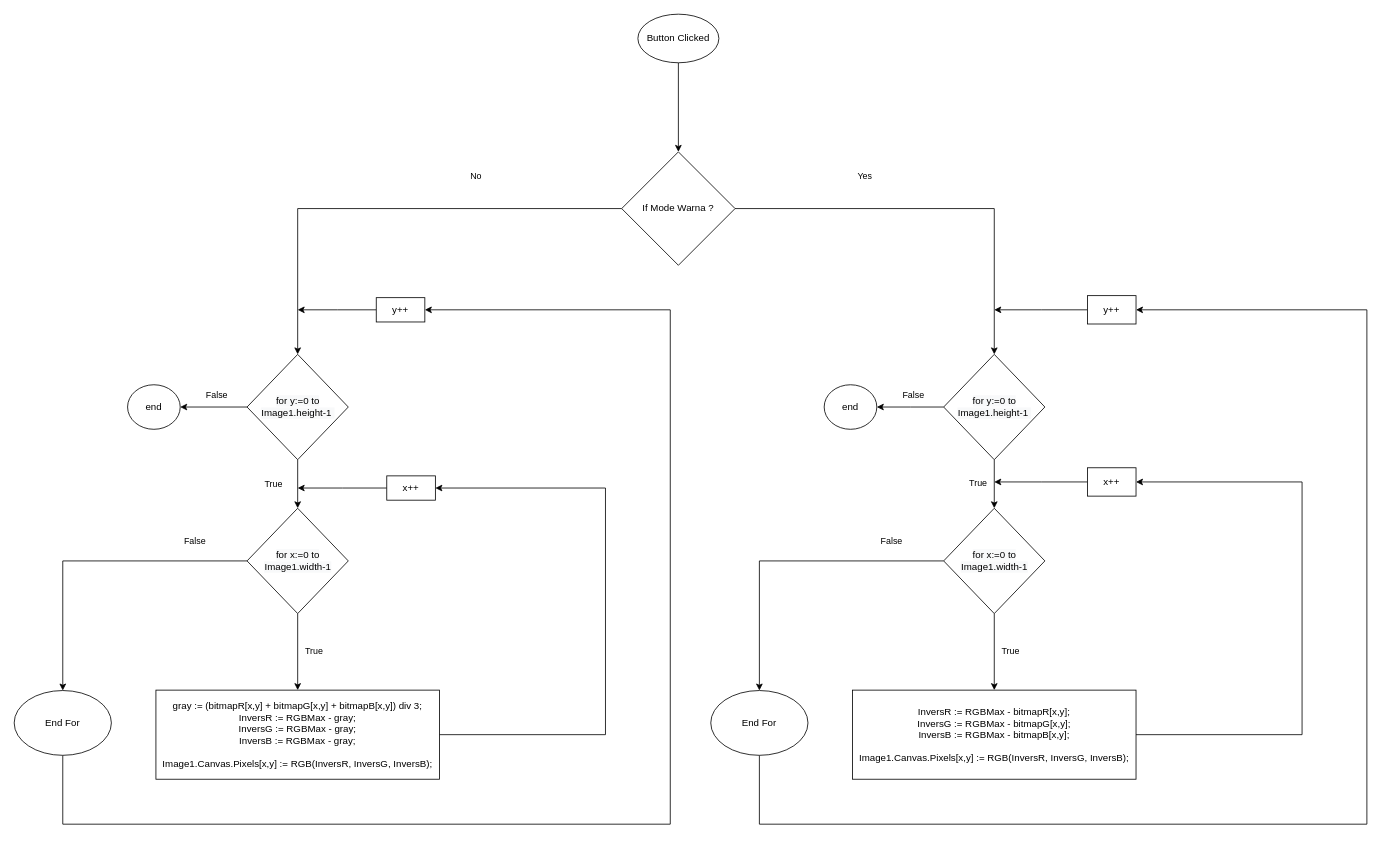
This is Flowchart/Invers.drawio from NRZero1/Image_Enhancement, a draw.io file, before an edit. Source tidied: cells renumbered, new cells numbered last; positions are measured from the earlier drawing's top-left corner, leaving out a move shared by most shapes. Both pictures are drawn from the tidied source at 81%, with x=0, y=0 at pixel (14, 14).
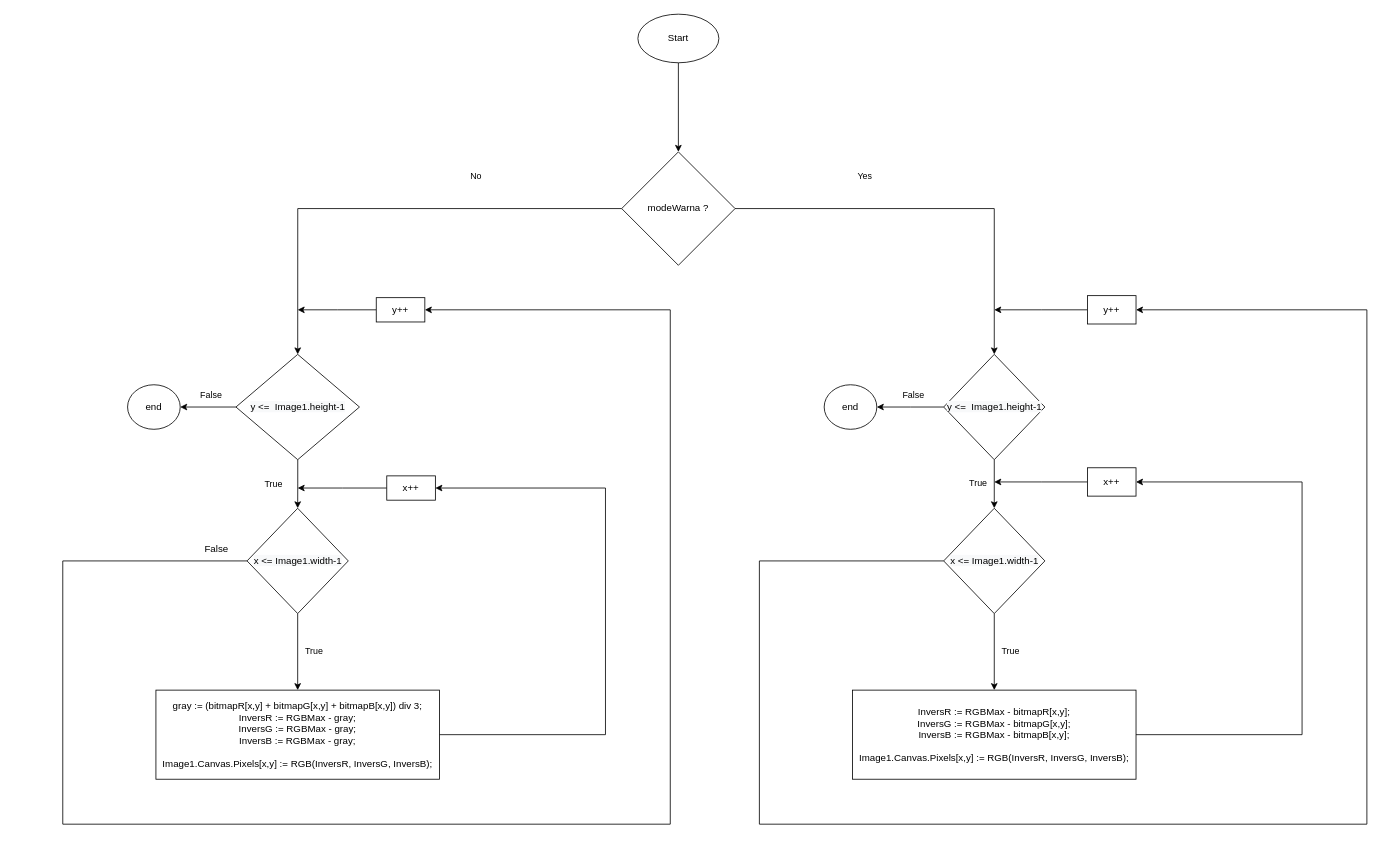
Above is the later version.

The change refers to these unchanged cells:
```xml
<mxCell id="30" value="y++" style="rounded=0;whiteSpace=wrap;html=1;" parent="1" vertex="1">
  <mxGeometry x="447" y="350" width="60" height="30" as="geometry" />
</mxCell>
<mxCell id="34" value="y++" style="rounded=0;whiteSpace=wrap;html=1;" parent="1" vertex="1">
  <mxGeometry x="1325" y="347.5" width="60" height="35" as="geometry" />
</mxCell>
```

Change to the diagram source:
```diff
@@
-    <mxCell id="3" value="Button Clicked" style="ellipse;whiteSpace=wrap;html=1;" parent="1" vertex="1">
+    <mxCell id="3" value="Start" style="ellipse;whiteSpace=wrap;html=1;" parent="1" vertex="1">
       <mxGeometry x="770" width="100" height="60" as="geometry" />
     </mxCell>
@@
-    <mxCell id="6" value="&lt;span style=&quot;color: rgb(0 , 0 , 0) ; font-family: &amp;#34;helvetica&amp;#34; ; font-size: 12px ; font-style: normal ; font-weight: 400 ; letter-spacing: normal ; text-align: center ; text-indent: 0px ; text-transform: none ; word-spacing: 0px ; background-color: rgb(248 , 249 , 250) ; display: inline ; float: none&quot;&gt;for y:=0 to Image1.height-1&amp;nbsp;&lt;/span&gt;" style="rhombus;whiteSpace=wrap;html=1;" parent="1" vertex="1">
+    <mxCell id="6" value="&lt;span style=&quot;color: rgb(0 , 0 , 0) ; font-family: &amp;#34;helvetica&amp;#34; ; font-size: 12px ; font-style: normal ; font-weight: 400 ; letter-spacing: normal ; text-align: center ; text-indent: 0px ; text-transform: none ; word-spacing: 0px ; background-color: rgb(248 , 249 , 250) ; display: inline ; float: none&quot;&gt;y &amp;lt;=&amp;nbsp; Image1.height-1&lt;br&gt;&lt;/span&gt;" style="rhombus;whiteSpace=wrap;html=1;" parent="1" vertex="1">
       <mxGeometry x="1147.5" y="420" width="125" height="130" as="geometry" />
     </mxCell>
@@
-    <mxCell id="8" value="False" style="edgeStyle=orthogonalEdgeStyle;rounded=0;jettySize=auto;html=1;" parent="1" edge="1" source="9" target="13">
-      <mxGeometry x="-0.66" y="-25" relative="1" as="geometry">
-        <mxPoint x="1" as="offset" />
-      </mxGeometry>
-    </mxCell>
-    <mxCell id="9" value="&lt;span style=&quot;color: rgb(0 , 0 , 0) ; font-family: &amp;#34;helvetica&amp;#34; ; font-size: 12px ; font-style: normal ; font-weight: 400 ; letter-spacing: normal ; text-align: center ; text-indent: 0px ; text-transform: none ; word-spacing: 0px ; background-color: rgb(248 , 249 , 250) ; display: inline ; float: none&quot;&gt;for x:=0 to Image1.width-1&lt;/span&gt;" style="rhombus;whiteSpace=wrap;html=1;" parent="1" vertex="1">
+    <mxCell id="9" value="&lt;span style=&quot;color: rgb(0 , 0 , 0) ; font-family: &amp;#34;helvetica&amp;#34; ; font-size: 12px ; font-style: normal ; font-weight: 400 ; letter-spacing: normal ; text-align: center ; text-indent: 0px ; text-transform: none ; word-spacing: 0px ; background-color: rgb(248 , 249 , 250) ; display: inline ; float: none&quot;&gt;x &amp;lt;= Image1.width-1&lt;/span&gt;" style="rhombus;whiteSpace=wrap;html=1;" parent="1" vertex="1">
       <mxGeometry x="1147.5" y="610" width="125" height="130" as="geometry" />
     </mxCell>
@@
-    <mxCell id="12" style="edgeStyle=orthogonalEdgeStyle;rounded=0;jettySize=auto;html=1;exitX=0.5;exitY=1;exitDx=0;exitDy=0;entryX=1;entryY=0.5;entryDx=0;entryDy=0;" parent="1" edge="1" source="13" target="34">
+    <mxCell id="12" style="edgeStyle=orthogonalEdgeStyle;rounded=0;jettySize=auto;html=1;exitX=0;exitY=0.5;exitDx=0;exitDy=0;entryX=1;entryY=0.5;entryDx=0;entryDy=0;" parent="1" edge="1" source="9" target="34">
       <mxGeometry relative="1" as="geometry">
         <Array as="points">
+          <mxPoint x="920" y="675" />
           <mxPoint x="920" y="1000" />
           <mxPoint x="1670" y="1000" />
           <mxPoint x="1670" y="365" />
         </Array>
       </mxGeometry>
     </mxCell>
-    <mxCell id="13" value="End For" style="ellipse;whiteSpace=wrap;html=1;" parent="1" vertex="1">
-      <mxGeometry x="860" y="835" width="120" height="80" as="geometry" />
-    </mxCell>
@@
-    <mxCell id="16" value="If Mode Warna ?" style="rhombus;whiteSpace=wrap;html=1;" parent="1" vertex="1">
+    <mxCell id="16" value="modeWarna ?" style="rhombus;whiteSpace=wrap;html=1;" parent="1" vertex="1">
       <mxGeometry x="750" y="170" width="140" height="140" as="geometry" />
     </mxCell>
@@
-    <mxCell id="19" value="&lt;span style=&quot;color: rgb(0 , 0 , 0) ; font-family: &amp;#34;helvetica&amp;#34; ; font-size: 12px ; font-style: normal ; font-weight: 400 ; letter-spacing: normal ; text-align: center ; text-indent: 0px ; text-transform: none ; word-spacing: 0px ; background-color: rgb(248 , 249 , 250) ; display: inline ; float: none&quot;&gt;for y:=0 to Image1.height-1&amp;nbsp;&lt;/span&gt;" style="rhombus;whiteSpace=wrap;html=1;" parent="1" vertex="1">
-      <mxGeometry x="287.5" y="420" width="125" height="130" as="geometry" />
+    <mxCell id="19" value="&lt;span style=&quot;color: rgb(0 , 0 , 0) ; font-family: &amp;#34;helvetica&amp;#34; ; font-size: 12px ; font-style: normal ; font-weight: 400 ; letter-spacing: normal ; text-align: center ; text-indent: 0px ; text-transform: none ; word-spacing: 0px ; background-color: rgb(248 , 249 , 250) ; display: inline ; float: none&quot;&gt;y &amp;lt;=&amp;nbsp; Image1.height-1&lt;br&gt;&lt;/span&gt;" style="rhombus;whiteSpace=wrap;html=1;" parent="1" vertex="1">
+      <mxGeometry x="273.8" y="420" width="152.5" height="130" as="geometry" />
     </mxCell>
@@
-    <mxCell id="21" value="False" style="edgeStyle=orthogonalEdgeStyle;rounded=0;jettySize=auto;html=1;" parent="1" edge="1" source="22" target="26">
-      <mxGeometry x="-0.66" y="-25" relative="1" as="geometry">
-        <mxPoint x="1" as="offset" />
-      </mxGeometry>
-    </mxCell>
-    <mxCell id="22" value="&lt;span style=&quot;color: rgb(0 , 0 , 0) ; font-family: &amp;#34;helvetica&amp;#34; ; font-size: 12px ; font-style: normal ; font-weight: 400 ; letter-spacing: normal ; text-align: center ; text-indent: 0px ; text-transform: none ; word-spacing: 0px ; background-color: rgb(248 , 249 , 250) ; display: inline ; float: none&quot;&gt;for x:=0 to Image1.width-1&lt;/span&gt;" style="rhombus;whiteSpace=wrap;html=1;" parent="1" vertex="1">
+    <mxCell id="22" value="&lt;span style=&quot;color: rgb(0 , 0 , 0) ; font-family: &amp;#34;helvetica&amp;#34; ; font-size: 12px ; font-style: normal ; font-weight: 400 ; letter-spacing: normal ; text-align: center ; text-indent: 0px ; text-transform: none ; word-spacing: 0px ; background-color: rgb(248 , 249 , 250) ; display: inline ; float: none&quot;&gt;x &amp;lt;= Image1.width-1&lt;/span&gt;" style="rhombus;whiteSpace=wrap;html=1;" parent="1" vertex="1">
       <mxGeometry x="287.5" y="610" width="125" height="130" as="geometry" />
     </mxCell>
@@
-    <mxCell id="25" style="edgeStyle=orthogonalEdgeStyle;rounded=0;jettySize=auto;html=1;exitX=0.5;exitY=1;exitDx=0;exitDy=0;entryX=1;entryY=0.5;entryDx=0;entryDy=0;" parent="1" edge="1" source="26" target="30">
+    <mxCell id="25" style="edgeStyle=orthogonalEdgeStyle;rounded=0;jettySize=auto;html=1;exitX=0;exitY=0.5;exitDx=0;exitDy=0;entryX=1;entryY=0.5;entryDx=0;entryDy=0;" parent="1" edge="1" source="22" target="30">
       <mxGeometry relative="1" as="geometry">
         <Array as="points">
+          <mxPoint x="60" y="675" />
           <mxPoint x="60" y="1000" />
           <mxPoint x="810" y="1000" />
           <mxPoint x="810" y="365" />
         </Array>
       </mxGeometry>
     </mxCell>
-    <mxCell id="26" value="End For" style="ellipse;whiteSpace=wrap;html=1;" parent="1" vertex="1">
-      <mxGeometry y="835" width="120" height="80" as="geometry" />
-    </mxCell>
@@
+    <mxCell id="37" value="False" style="text;html=1;strokeColor=none;fillColor=none;align=center;verticalAlign=middle;whiteSpace=wrap;rounded=0;" parent="1" vertex="1">
+      <mxGeometry x="230" y="650" width="40" height="20" as="geometry" />
+    </mxCell>
```
